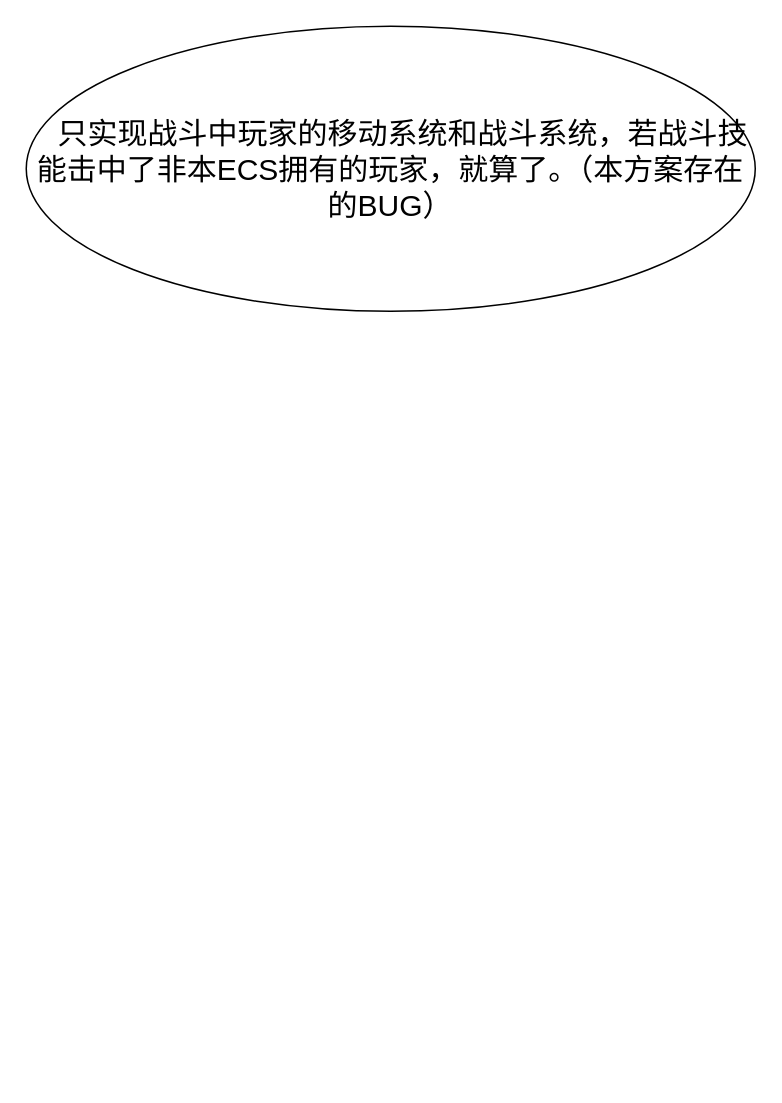
Above: page "ECS" (4 of 5) of Doc/GameServerFrame.drawio in a654889339/FingerGuessGame (draw.io), before the change. Source tidied: cells renumbered, new cells numbered last; positions are measured from the earlier drawing's top-left corner, leaving out a move shared by most shapes. Both pictures are drawn from the tidied source at 150%, with x=0, y=0 at pixel (26, 26).
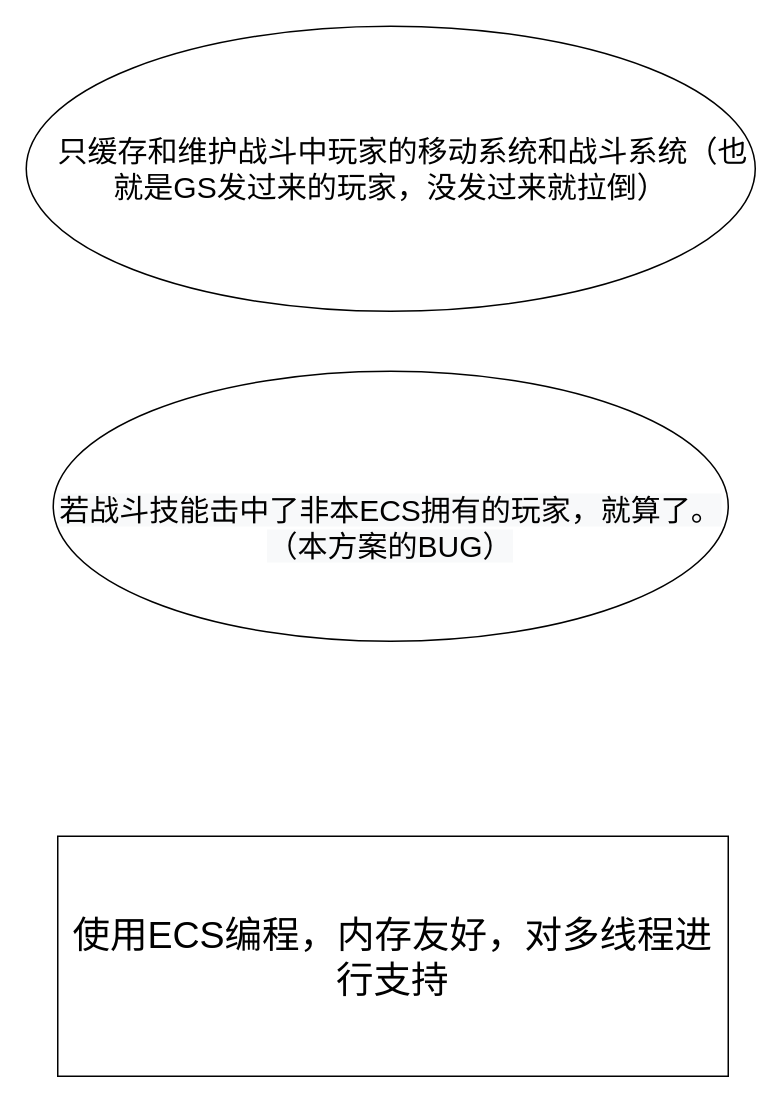
The same diagram, later.

What changed in the source:
```diff
@@
 <mxGraphModel>
   <root>
     <mxCell id="0" />
     <mxCell id="1" parent="0" />
-    <mxCell id="2" value="&amp;nbsp; &amp;nbsp;只实现战斗中玩家的移动系统和战斗系统，若战斗技能击中了非本ECS拥有的玩家，就算了。（本方案存在的BUG）" style="ellipse;whiteSpace=wrap;html=1;fontSize=20;" parent="1" vertex="1">
+    <mxCell id="2" value="&amp;nbsp; &amp;nbsp;只缓存和维护战斗中玩家的移动系统和战斗系统（也就是GS发过来的玩家，没发过来就拉倒）" style="ellipse;whiteSpace=wrap;html=1;fontSize=20;" parent="1" vertex="1">
       <mxGeometry width="486" height="190" as="geometry" />
     </mxCell>
+    <mxCell id="3" value="&lt;br&gt;&lt;br&gt;&lt;span style=&quot;color: rgb(0 , 0 , 0) ; font-family: &amp;#34;helvetica&amp;#34; ; font-size: 20px ; font-style: normal ; font-weight: 400 ; letter-spacing: normal ; text-align: center ; text-indent: 0px ; text-transform: none ; word-spacing: 0px ; background-color: rgb(248 , 249 , 250) ; display: inline ; float: none&quot;&gt;若战斗技能击中了非本ECS拥有的玩家，就算了。（本方案的BUG）&lt;/span&gt;" style="ellipse;whiteSpace=wrap;html=1;" parent="1" vertex="1">
+      <mxGeometry x="18" y="230" width="450" height="180" as="geometry" />
+    </mxCell>
+    <mxCell id="4" value="使用ECS编程，内存友好，对多线程进行支持" style="rounded=0;whiteSpace=wrap;html=1;fontSize=25;" parent="1" vertex="1">
+      <mxGeometry x="21" y="540" width="447" height="160" as="geometry" />
+    </mxCell>
   </root>
 </mxGraphModel>
```
